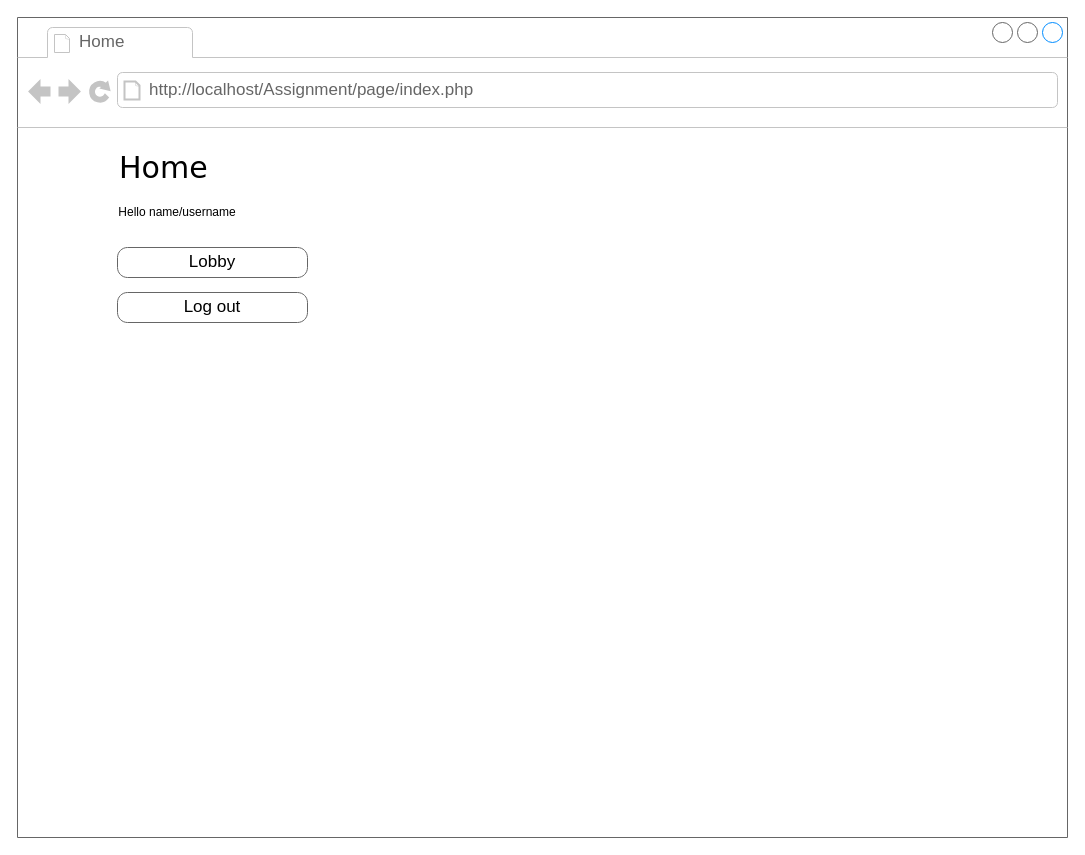
Above: diagram/WebAppDes_Wireframe_Index_LoggedIn_User.drawio in Web-App-Dev-Assignment/Web-Application-Development-Assignment (draw.io), before the change. Source tidied: cells renumbered, new cells numbered last; positions are measured from the earlier drawing's top-left corner, leaving out a move shared by most shapes. Both pictures are drawn from the tidied source at 100%, with x=0, y=0 at pixel (17, 17).
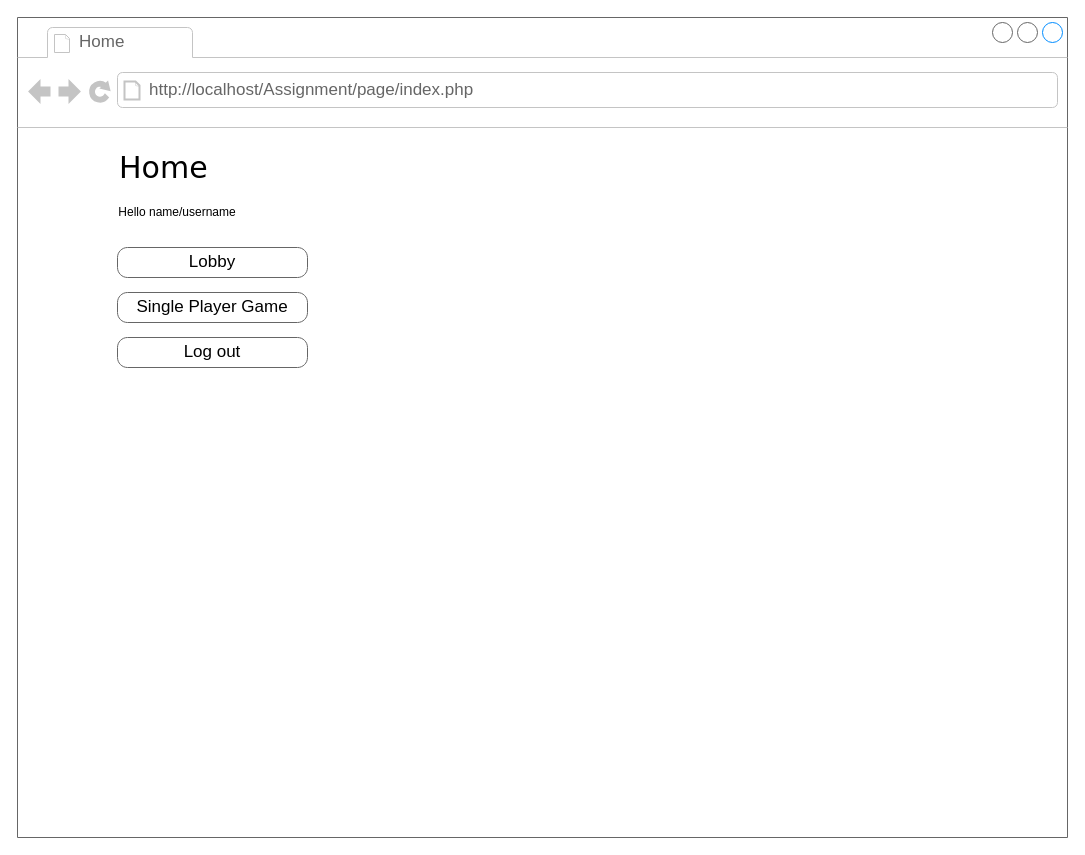
The same diagram, later.

Commit message (it also covers changes not shown here):
Diagram update, Button UI update

The edit, as a diff of the source:
```diff
@@
 <mxGraphModel background="#ffffff">
   <root>
     <mxCell id="0" />
     <mxCell id="1" parent="0" />
     <mxCell id="2" style="strokeWidth=1;shadow=0;dashed=0;align=center;html=1;shape=mxgraph.mockup.containers.browserWindow;rSize=0;strokeColor=#666666;mainText=,;rounded=0;labelBackgroundColor=none;fontFamily=Verdana;fontSize=12;" parent="1" vertex="1">
       <mxGeometry width="1050" height="820" as="geometry" />
     </mxCell>
     <mxCell id="3" value="Home" style="strokeWidth=1;shadow=0;dashed=0;align=center;html=1;shape=mxgraph.mockup.containers.anchor;fontSize=17;fontColor=#666666;align=left;" parent="2" vertex="1">
       <mxGeometry x="60" y="12" width="110" height="26" as="geometry" />
     </mxCell>
     <mxCell id="4" value="http://localhost/Assignment/page/index.php" style="strokeWidth=1;shadow=0;dashed=0;align=center;html=1;shape=mxgraph.mockup.containers.anchor;rSize=0;fontSize=17;fontColor=#666666;align=left;" parent="2" vertex="1">
       <mxGeometry x="130" y="60" width="350" height="26" as="geometry" />
     </mxCell>
     <mxCell id="5" value="Home" style="text;html=1;align=left;verticalAlign=top;spacingTop=-4;fontSize=30;fontFamily=Verdana;" parent="2" vertex="1">
       <mxGeometry x="100" y="130" width="340" height="50" as="geometry" />
     </mxCell>
     <mxCell id="6" value="Lobby" style="strokeWidth=1;shadow=0;dashed=0;align=center;html=1;shape=mxgraph.mockup.buttons.button;strokeColor=#666666;mainText=;buttonStyle=round;fontSize=17;fontStyle=0;fillColor=none;whiteSpace=wrap;rounded=0;labelBackgroundColor=none;" parent="2" vertex="1">
       <mxGeometry x="100" y="230" width="190" height="30" as="geometry" />
     </mxCell>
-    <mxCell id="7" value="Log out" style="strokeWidth=1;shadow=0;dashed=0;align=center;html=1;shape=mxgraph.mockup.buttons.button;strokeColor=#666666;mainText=;buttonStyle=round;fontSize=17;fontStyle=0;fillColor=none;whiteSpace=wrap;rounded=0;labelBackgroundColor=none;" parent="2" vertex="1">
+    <mxCell id="7" value="Single Player Game" style="strokeWidth=1;shadow=0;dashed=0;align=center;html=1;shape=mxgraph.mockup.buttons.button;strokeColor=#666666;mainText=;buttonStyle=round;fontSize=17;fontStyle=0;fillColor=none;whiteSpace=wrap;rounded=0;labelBackgroundColor=none;" parent="2" vertex="1">
       <mxGeometry x="100" y="275" width="190" height="30" as="geometry" />
     </mxCell>
     <mxCell id="8" value="Hello name/username" style="text;html=1;strokeColor=none;fillColor=none;align=center;verticalAlign=middle;whiteSpace=wrap;rounded=0;" parent="2" vertex="1">
       <mxGeometry x="100" y="180" width="120" height="30" as="geometry" />
     </mxCell>
+    <mxCell id="9" value="Log out" style="strokeWidth=1;shadow=0;dashed=0;align=center;html=1;shape=mxgraph.mockup.buttons.button;strokeColor=#666666;mainText=;buttonStyle=round;fontSize=17;fontStyle=0;fillColor=none;whiteSpace=wrap;rounded=0;labelBackgroundColor=none;" parent="2" vertex="1">
+      <mxGeometry x="100" y="320" width="190" height="30" as="geometry" />
+    </mxCell>
   </root>
 </mxGraphModel>
```
